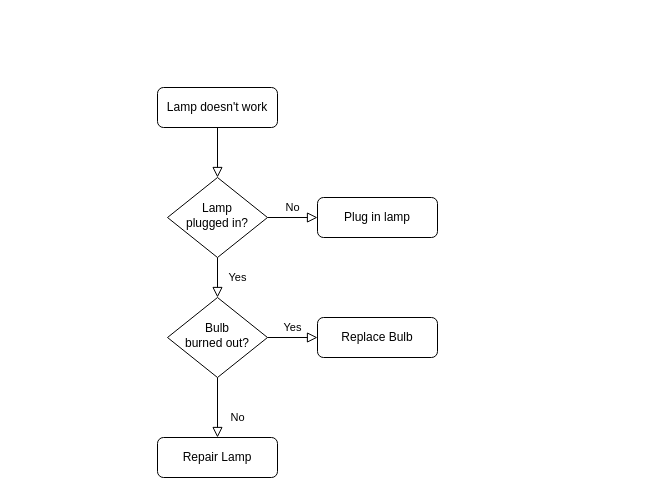
Earlier version of the draw.io diagram Diagram/Cisa Tool.drawio (eusouanderson/Cisa-Tool-Diagram). Source tidied: cells renumbered, new cells numbered last; positions are measured from the earlier drawing's top-left corner, leaving out a move shared by most shapes. Both pictures are drawn from the tidied source at 100%, with x=0, y=0 at pixel (157, 87).
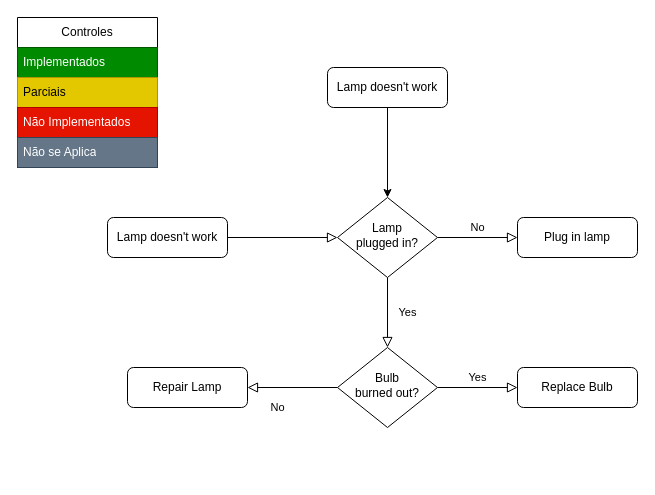
After the change.

Change to the diagram source:
```diff
@@
 <mxGraphModel>
   <root>
     <mxCell id="0" />
     <mxCell id="1" parent="0" />
     <mxCell id="2" style="rounded=0;html=1;jettySize=auto;fontSize=11;endArrow=block;endFill=0;endSize=8;strokeWidth=1;shadow=0;labelBackgroundColor=none;edgeStyle=orthogonalEdgeStyle;" parent="1" edge="1" source="3" target="6">
       <mxGeometry relative="1" as="geometry" />
     </mxCell>
     <mxCell id="3" value="Lamp doesn't work" style="rounded=1;whiteSpace=wrap;html=1;fontSize=12;glass=0;strokeWidth=1;shadow=0;" parent="1" vertex="1">
-      <mxGeometry width="120" height="40" as="geometry" />
+      <mxGeometry x="-50" y="130" width="120" height="40" as="geometry" />
     </mxCell>
     <mxCell id="4" value="Yes" style="rounded=0;html=1;jettySize=auto;fontSize=11;endArrow=block;endFill=0;endSize=8;strokeWidth=1;shadow=0;labelBackgroundColor=none;edgeStyle=orthogonalEdgeStyle;" parent="1" edge="1" source="6" target="10">
       <mxGeometry y="20" relative="1" as="geometry" />
     </mxCell>
     <mxCell id="5" value="No" style="edgeStyle=orthogonalEdgeStyle;rounded=0;html=1;jettySize=auto;fontSize=11;endArrow=block;endFill=0;endSize=8;strokeWidth=1;shadow=0;labelBackgroundColor=none;" parent="1" edge="1" source="6" target="7">
       <mxGeometry y="10" relative="1" as="geometry" />
     </mxCell>
     <mxCell id="6" value="Lamp&lt;br&gt;plugged in?" style="rhombus;whiteSpace=wrap;html=1;shadow=0;fontFamily=Helvetica;fontSize=12;align=center;strokeWidth=1;spacing=6;spacingTop=-4;" parent="1" vertex="1">
-      <mxGeometry x="10" y="90" width="100" height="80" as="geometry" />
+      <mxGeometry x="180" y="110" width="100" height="80" as="geometry" />
     </mxCell>
     <mxCell id="7" value="Plug in lamp" style="rounded=1;whiteSpace=wrap;html=1;fontSize=12;glass=0;strokeWidth=1;shadow=0;" parent="1" vertex="1">
-      <mxGeometry x="160" y="110" width="120" height="40" as="geometry" />
+      <mxGeometry x="360" y="130" width="120" height="40" as="geometry" />
     </mxCell>
     <mxCell id="8" value="No" style="rounded=0;html=1;jettySize=auto;fontSize=11;endArrow=block;endFill=0;endSize=8;strokeWidth=1;shadow=0;labelBackgroundColor=none;edgeStyle=orthogonalEdgeStyle;" parent="1" edge="1" source="10" target="11">
       <mxGeometry x="0.33" y="20" relative="1" as="geometry" />
     </mxCell>
     <mxCell id="9" value="Yes" style="edgeStyle=orthogonalEdgeStyle;rounded=0;html=1;jettySize=auto;fontSize=11;endArrow=block;endFill=0;endSize=8;strokeWidth=1;shadow=0;labelBackgroundColor=none;" parent="1" edge="1" source="10" target="12">
       <mxGeometry y="10" relative="1" as="geometry" />
     </mxCell>
     <mxCell id="10" value="Bulb&lt;br&gt;burned out?" style="rhombus;whiteSpace=wrap;html=1;shadow=0;fontFamily=Helvetica;fontSize=12;align=center;strokeWidth=1;spacing=6;spacingTop=-4;" parent="1" vertex="1">
-      <mxGeometry x="10" y="210" width="100" height="80" as="geometry" />
+      <mxGeometry x="180" y="260" width="100" height="80" as="geometry" />
     </mxCell>
     <mxCell id="11" value="Repair Lamp" style="rounded=1;whiteSpace=wrap;html=1;fontSize=12;glass=0;strokeWidth=1;shadow=0;" parent="1" vertex="1">
-      <mxGeometry y="350" width="120" height="40" as="geometry" />
+      <mxGeometry x="-30" y="280" width="120" height="40" as="geometry" />
     </mxCell>
     <mxCell id="12" value="Replace Bulb" style="rounded=1;whiteSpace=wrap;html=1;fontSize=12;glass=0;strokeWidth=1;shadow=0;" parent="1" vertex="1">
-      <mxGeometry x="160" y="230" width="120" height="40" as="geometry" />
+      <mxGeometry x="360" y="280" width="120" height="40" as="geometry" />
     </mxCell>
+    <mxCell id="13" style="edgeStyle=orthogonalEdgeStyle;rounded=0;jettySize=auto;html=1;" parent="1" edge="1" source="14" target="6">
+      <mxGeometry relative="1" as="geometry" />
+    </mxCell>
+    <mxCell id="14" value="Lamp doesn't work" style="rounded=1;whiteSpace=wrap;html=1;fontSize=12;glass=0;strokeWidth=1;shadow=0;" parent="1" vertex="1">
+      <mxGeometry x="170" y="-20" width="120" height="40" as="geometry" />
+    </mxCell>
+    <mxCell id="15" value="Controles" style="swimlane;fontStyle=0;horizontal=1;startSize=30;whiteSpace=wrap;html=1;strokeColor=default;align=center;verticalAlign=middle;swimlaneFillColor=none;fontFamily=Helvetica;fontSize=12;fontColor=default;fillColor=default;gradientColor=none;" parent="1" vertex="1">
+      <mxGeometry x="-140" y="-70" width="140" height="150" as="geometry" />
+    </mxCell>
+    <mxCell id="16" value="Implementados" style="text;strokeColor=#005700;fillColor=#008a00;align=left;verticalAlign=middle;spacingLeft=4;spacingRight=4;overflow=hidden;whiteSpace=wrap;html=1;fontFamily=Helvetica;fontSize=12;fontColor=#ffffff;fontStyle=0;horizontal=1;" parent="15" vertex="1">
+      <mxGeometry y="30" width="140" height="30" as="geometry" />
+    </mxCell>
+    <mxCell id="17" value="Parciais" style="text;strokeColor=#B09500;fillColor=#e3c800;align=left;verticalAlign=middle;spacingLeft=4;spacingRight=4;overflow=hidden;whiteSpace=wrap;html=1;fontFamily=Helvetica;fontSize=12;fontStyle=0;horizontal=1;fontColor=#000000;" parent="15" vertex="1">
+      <mxGeometry y="60" width="140" height="30" as="geometry" />
+    </mxCell>
+    <mxCell id="18" value="Não Implementados" style="text;strokeColor=#B20000;fillColor=#e51400;align=left;verticalAlign=middle;spacingLeft=4;spacingRight=4;overflow=hidden;whiteSpace=wrap;html=1;fontColor=#ffffff;" parent="15" vertex="1">
+      <mxGeometry y="90" width="140" height="30" as="geometry" />
+    </mxCell>
+    <mxCell id="19" value="Não se Aplica" style="text;strokeColor=#314354;fillColor=#647687;align=left;verticalAlign=middle;spacingLeft=4;spacingRight=4;overflow=hidden;whiteSpace=wrap;html=1;fontFamily=Helvetica;fontSize=12;fontColor=#ffffff;fontStyle=0;horizontal=1;" parent="15" vertex="1">
+      <mxGeometry y="120" width="140" height="30" as="geometry" />
+    </mxCell>
   </root>
 </mxGraphModel>
```
